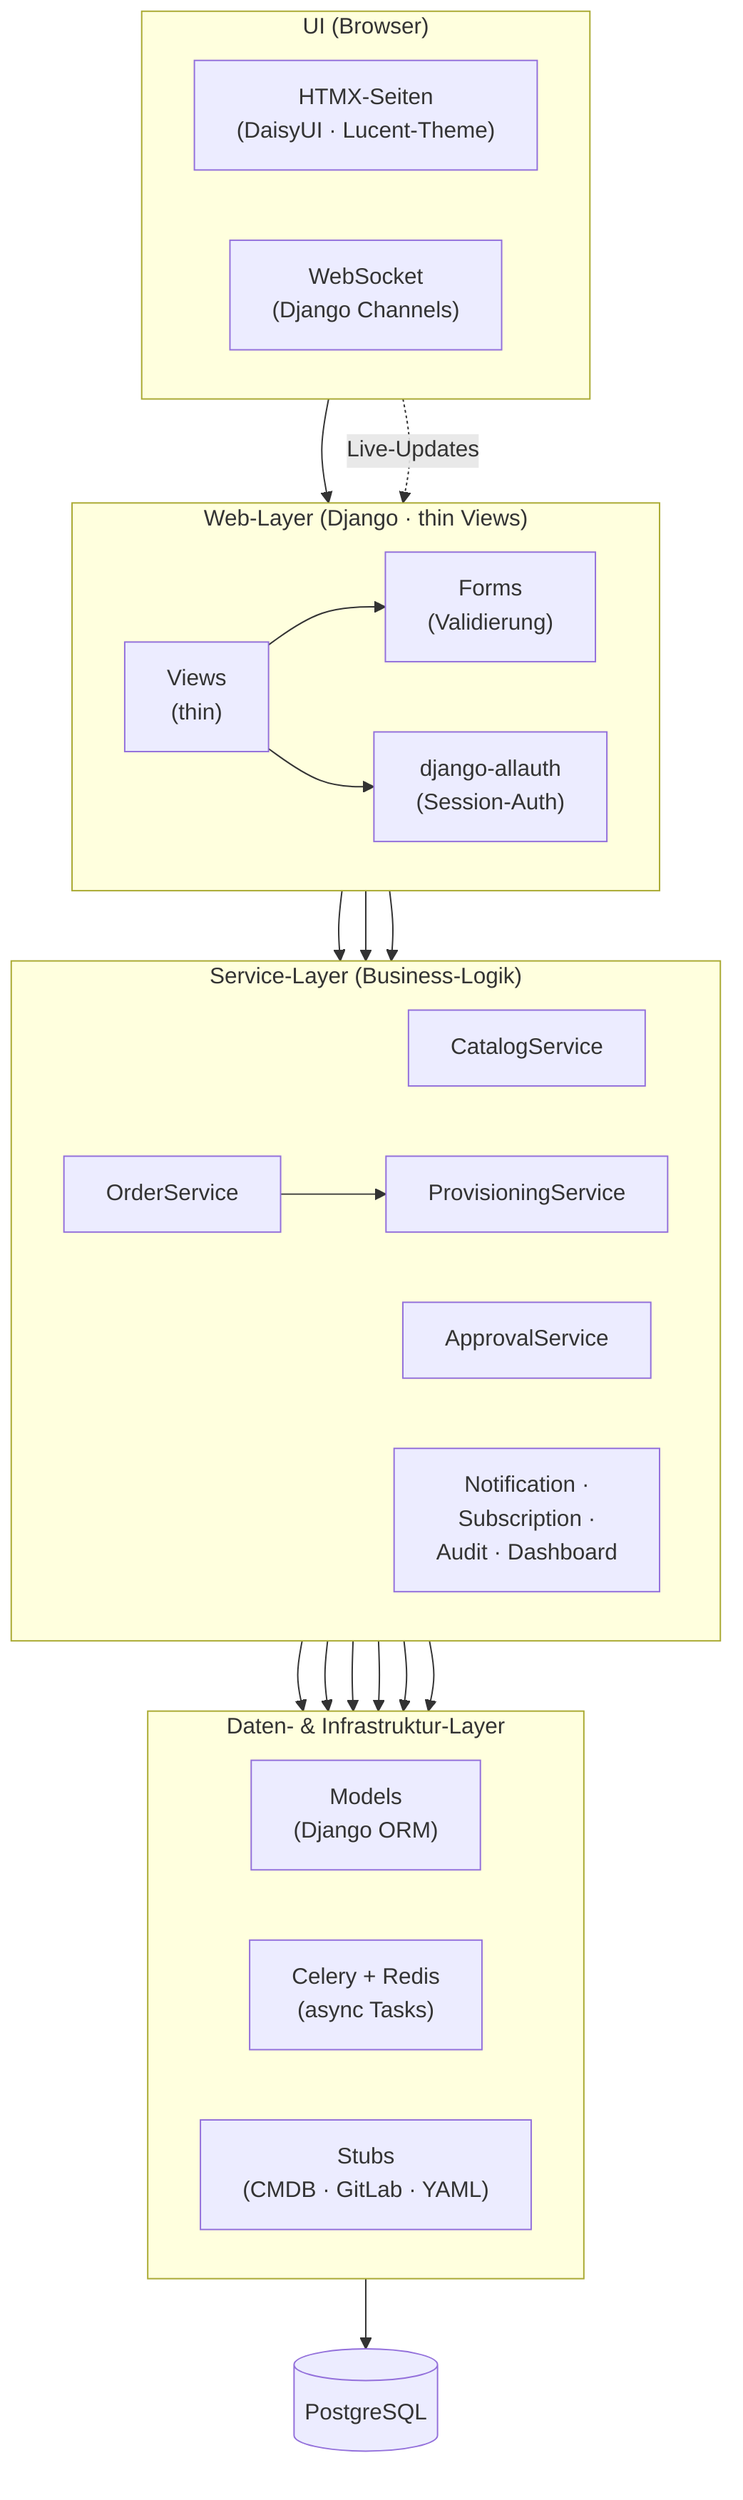
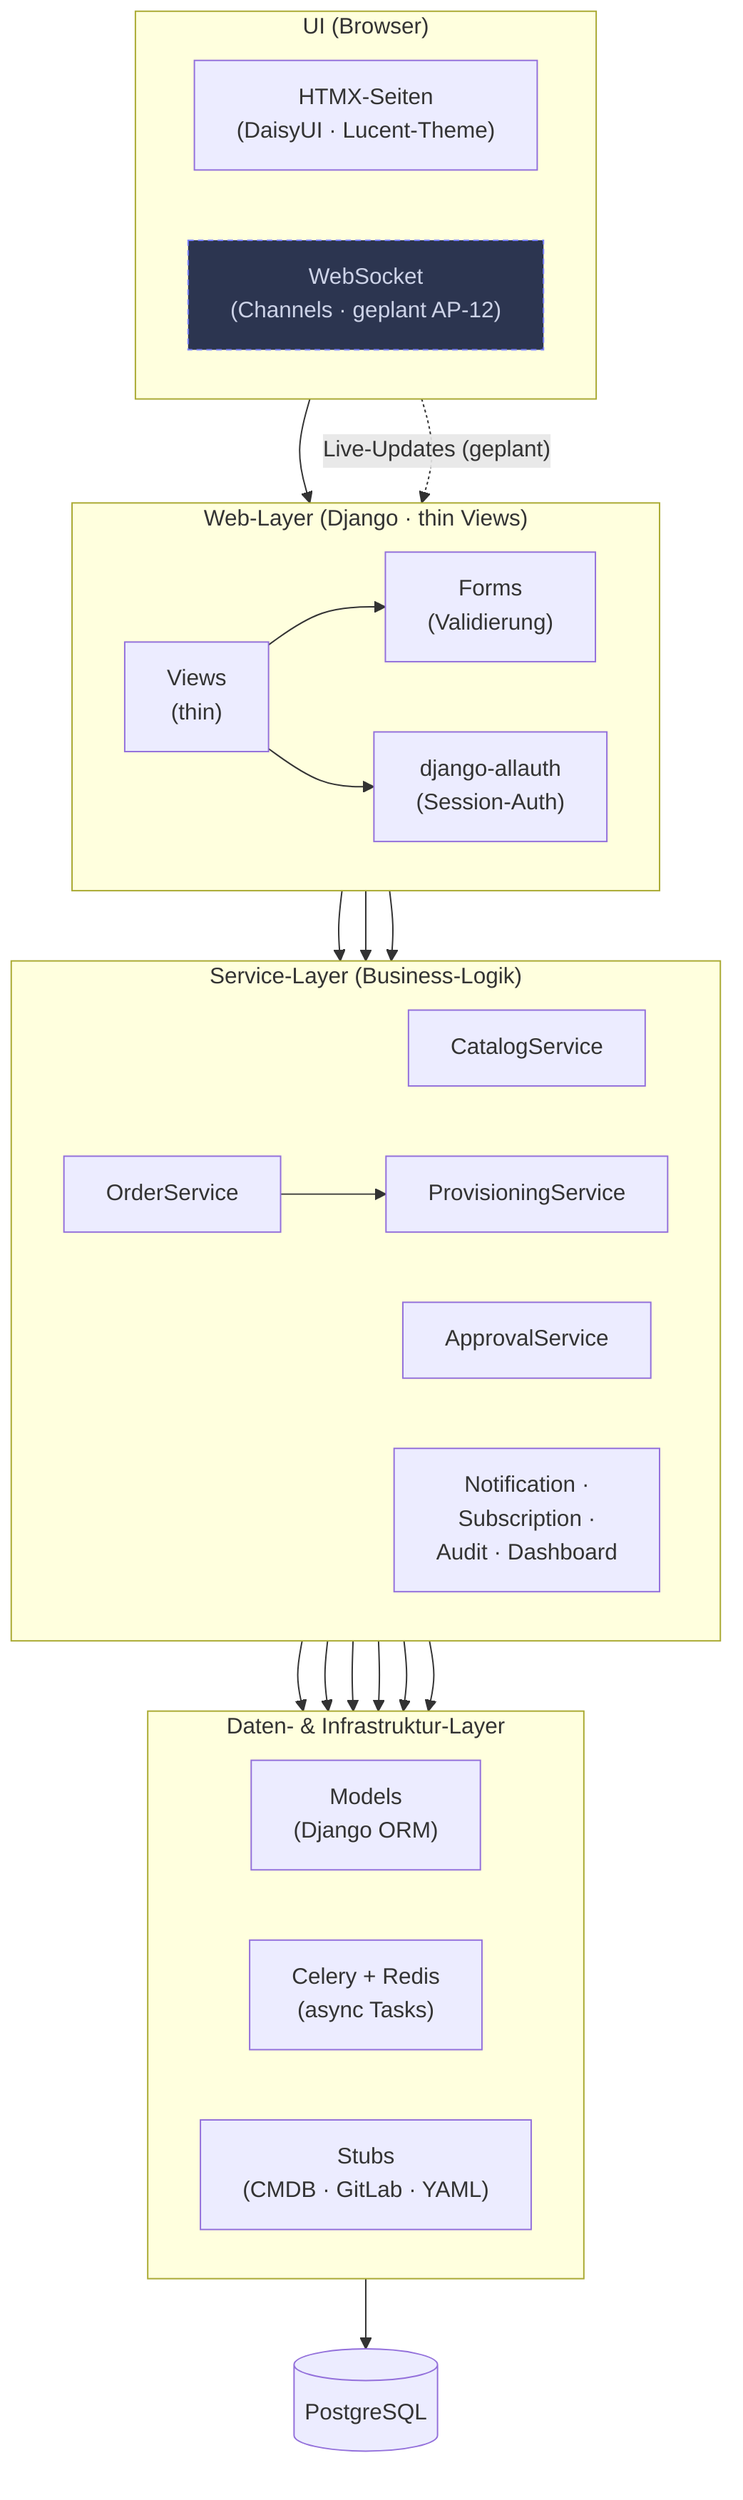
graph TB
+     classDef plan fill:#2c3550,stroke:#7c83ff,color:#cdd3e8,stroke-dasharray:4 3;
    subgraph UI["UI (Browser)"]
        direction LR
        HX["HTMX-Seiten\n(DaisyUI · Lucent-Theme)"]
-         WS["WebSocket\n(Django Channels)"]
+         WS["WebSocket\n(Channels · geplant AP-12)"]:::plan
    end
    subgraph WEB["Web-Layer (Django · thin Views)"]
        direction LR
        V["Views\n(thin)"]
        F["Forms\n(Validierung)"]
        AL["django-allauth\n(Session-Auth)"]
    end
    subgraph SVC["Service-Layer (Business-Logik)"]
        direction LR
        CS["CatalogService"]
        OS["OrderService"]
        APS["ApprovalService"]
        PS["ProvisioningService"]
        WS2["Notification ·\nSubscription ·\nAudit · Dashboard"]
    end
    subgraph DATA["Daten- & Infrastruktur-Layer"]
        direction LR
        M["Models\n(Django ORM)"]
        CE["Celery + Redis\n(async Tasks)"]
        ST["Stubs\n(CMDB · GitLab · YAML)"]
    end
    DB[("PostgreSQL")]

    HX --> V
-     WS -. Live-Updates .-> V
+     WS -. "Live-Updates (geplant)" .-> V
    V --> F
    V --> AL
    V --> CS
    V --> OS
    V --> APS
    CS --> M
    OS --> M
    APS --> M
    OS --> PS
    PS --> CE
    CS --> ST
    PS --> ST
    M --> DB
